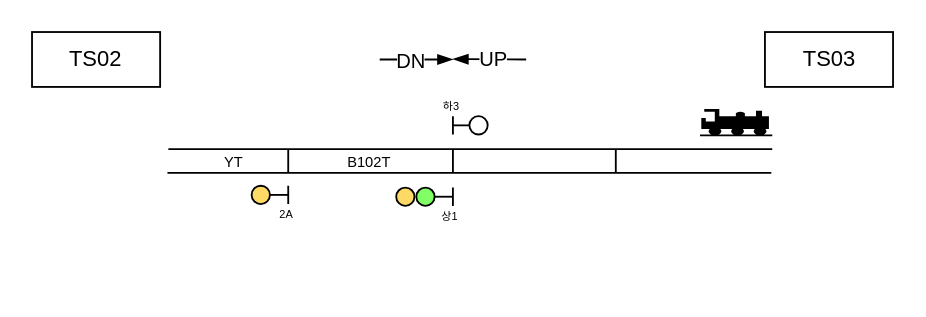
Before: EABS/Tasks/신호흐름 템플릿.drawio in chillin2/MyDraw.io, a draw.io diagram. Source tidied: cells renumbered, new cells numbered last; positions are measured from the earlier drawing's top-left corner, leaving out a move shared by most shapes. Both pictures are drawn from the tidied source at 183%, with x=0, y=0 at pixel (31, 31).
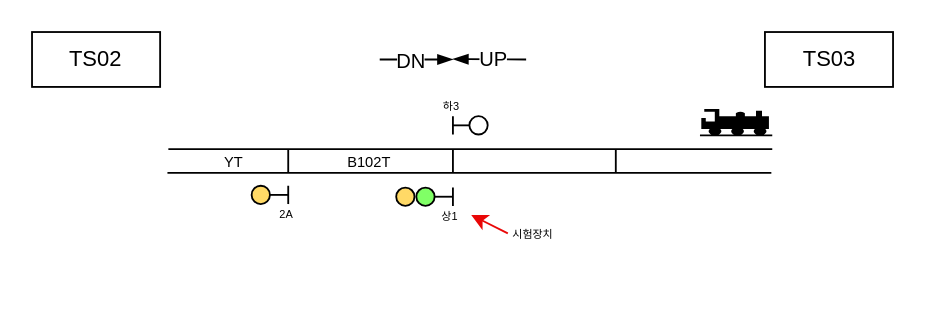
The same diagram, later.

Commit message (it also covers changes not shown here):
신호흐름 템플릿.drawio 업데이트

What changed in the source:
```diff
@@
+    <mxCell id="29" style="endArrow=classic;html=1;rounded=0;strokeColor=#e90707;" parent="1" edge="1">
+      <mxGeometry relative="1" as="geometry">
+        <mxPoint x="260" y="110" as="sourcePoint" />
+        <mxPoint x="240" y="100" as="targetPoint" />
+      </mxGeometry>
+    </mxCell>
+    <mxCell id="30" value="&lt;font style=&quot;font-size: 6px;&quot;&gt;시험장치&lt;/font&gt;" style="text;html=1;align=center;verticalAlign=middle;whiteSpace=wrap;rounded=0;" parent="1" vertex="1">
+      <mxGeometry x="259" y="101" width="30" height="15" as="geometry" />
+    </mxCell>
```
